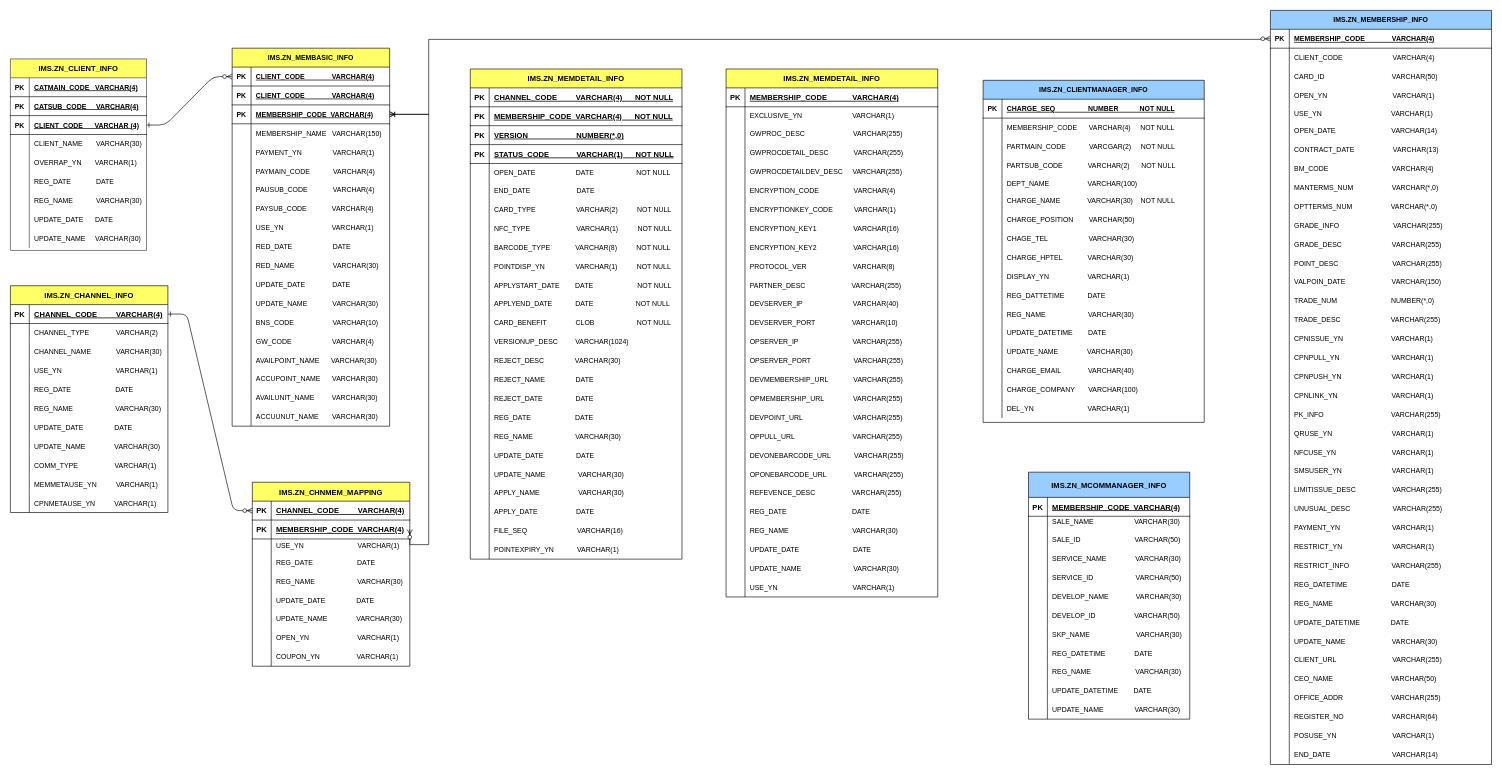
Before: page "ERD" (1 of 2) of Untitled Diagram.drawio in qksl22/Java, a draw.io diagram. Source tidied: cells renumbered, new cells numbered last; positions are measured from the earlier drawing's top-left corner, leaving out a move shared by most shapes. Both pictures are drawn from the tidied source at 63%, with x=0, y=0 at pixel (10, 10).
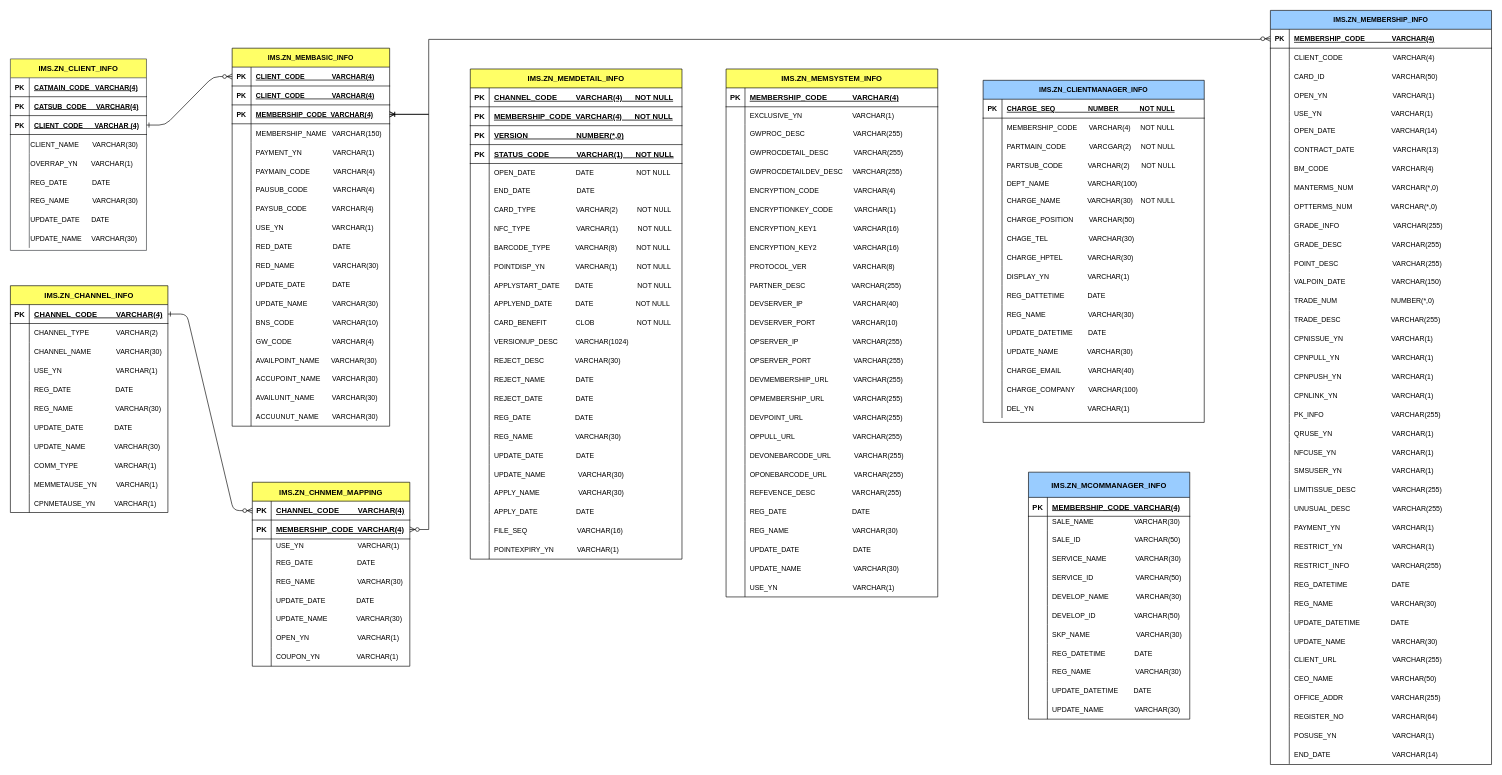
The same page after the edit.

Unchanged cells that the change refers to:
```xml
<mxCell id="4" style="shape=partialRectangle;fillColor=none;points=[[0,0.5],[1,0.5]];portConstraint=eastwest;top=0;left=0;right=0;bottom=1;fontSize=11;" parent="3" vertex="1">
  <mxGeometry y="30" width="250" height="30" as="geometry" />
</mxCell>
<mxCell id="10" style="shape=partialRectangle;fillColor=none;points=[[0,0.5],[1,0.5]];portConstraint=eastwest;top=0;left=0;right=0;bottom=1;fontSize=11;" parent="3" vertex="1">
  <mxGeometry y="90" width="250" height="30" as="geometry" />
</mxCell>
<mxCell id="61" value="IMS.ZN_CLIENT_INFO" style="shape=table;startSize=30;childLayout=tableLayout;rowLines=0;fontStyle=1;align=center;fillColor=#FFFF66;strokeColor=#36393d;" parent="1" vertex="1">
  <mxGeometry y="77" width="216" height="304" as="geometry" />
</mxCell>
<mxCell id="68" style="shape=partialRectangle;fillColor=none;points=[[0,0.5],[1,0.5]];portConstraint=eastwest;top=0;left=0;right=0;bottom=1;fontSize=11;" parent="61" vertex="1">
  <mxGeometry y="90" width="216" height="30" as="geometry" />
</mxCell>
<mxCell id="90" style="shape=partialRectangle;fillColor=none;points=[[0,0.5],[1,0.5]];portConstraint=eastwest;top=0;left=0;right=0;bottom=1;" parent="89" vertex="1">
  <mxGeometry y="30" width="250" height="30" as="geometry" />
</mxCell>
<mxCell id="93" style="shape=partialRectangle;fillColor=none;points=[[0,0.5],[1,0.5]];portConstraint=eastwest;top=0;left=0;right=0;bottom=1;" parent="89" vertex="1">
  <mxGeometry y="60" width="250" height="30" as="geometry" />
</mxCell>
<mxCell id="118" style="shape=partialRectangle;fillColor=none;points=[[0,0.5],[1,0.5]];portConstraint=eastwest;top=0;left=0;right=0;bottom=1;" parent="117" vertex="1">
  <mxGeometry y="30" width="250" height="30" as="geometry" />
</mxCell>
<mxCell id="136" style="shape=partialRectangle;fillColor=none;top=0;left=0;right=0;bottom=0;fontSize=11;" parent="117" vertex="1">
  <mxGeometry y="210" width="250" height="30" as="geometry" />
</mxCell>
<mxCell id="319" style="shape=partialRectangle;fillColor=none;points=[[0,0.5],[1,0.5]];portConstraint=eastwest;top=0;left=0;right=0;bottom=1;fontSize=11;" parent="318" vertex="1">
  <mxGeometry y="30" width="351" height="30" as="geometry" />
</mxCell>
```

Diff of the diagram source:
```diff
@@
-    <mxCell id="2" style="edgeStyle=entityRelationEdgeStyle;endArrow=ERzeroToMany;startArrow=ERone;endFill=1;startFill=0;fontSize=11;entryX=0;entryY=0.5;entryDx=0;entryDy=0;exitX=1;exitY=0.5;exitDx=0;exitDy=0;" parent="1" edge="1" source="68" target="4">
+    <mxCell id="2" style="edgeStyle=entityRelationEdgeStyle;endArrow=ERzeroToMany;startArrow=ERone;endFill=1;startFill=0;fontSize=11;entryX=0;entryY=0.5;entryDx=0;entryDy=0;exitX=1;exitY=0.5;exitDx=0;exitDy=0;strokeColor=#000000;" parent="1" edge="1" source="68" target="4">
       <mxGeometry relative="1" as="geometry" />
     </mxCell>
@@
-    <mxCell id="71" style="shape=partialRectangle;fillColor=none;top=0;left=0;right=0;bottom=0;fontSize=11;" parent="61" vertex="1">
+    <mxCell id="71" style="shape=partialRectangle;fillColor=none;top=0;left=0;right=0;bottom=0;fontSize=11;spacing=2;spacingLeft=0;spacingBottom=-1;" parent="61" vertex="1">
       <mxGeometry y="120" width="216" height="30" as="geometry" />
     </mxCell>
-    <mxCell id="72" style="shape=partialRectangle;overflow=hidden;fillColor=none;top=0;left=0;bottom=0;right=0;fontSize=11;" parent="71" vertex="1">
+    <mxCell id="72" style="shape=partialRectangle;overflow=hidden;fillColor=none;top=0;left=0;bottom=0;right=0;fontSize=11;spacing=2;spacingLeft=0;spacingBottom=-1;" parent="71" vertex="1">
       <mxGeometry width="30" height="30" as="geometry" />
     </mxCell>
-    <mxCell id="73" value="CLIENT_NAME       VARCHAR(30)" style="shape=partialRectangle;overflow=hidden;fillColor=none;top=0;left=0;bottom=0;right=0;align=left;spacingLeft=6;fontSize=11;" parent="71" vertex="1">
+    <mxCell id="73" value="CLIENT_NAME       VARCHAR(30)" style="shape=partialRectangle;overflow=hidden;fillColor=none;top=0;left=0;bottom=0;right=0;align=left;spacingLeft=0;fontSize=11;spacing=2;spacingBottom=-1;" parent="71" vertex="1">
       <mxGeometry x="30" width="186" height="30" as="geometry" />
     </mxCell>
-    <mxCell id="74" style="shape=partialRectangle;fillColor=none;top=0;left=0;right=0;bottom=0;fontSize=11;" parent="61" vertex="1">
+    <mxCell id="74" style="shape=partialRectangle;fillColor=none;top=0;left=0;right=0;bottom=0;fontSize=11;spacing=2;spacingLeft=0;spacingBottom=-1;" parent="61" vertex="1">
       <mxGeometry y="150" width="216" height="30" as="geometry" />
     </mxCell>
-    <mxCell id="75" style="shape=partialRectangle;overflow=hidden;fillColor=none;top=0;left=0;bottom=0;right=0;fontSize=11;" parent="74" vertex="1">
+    <mxCell id="75" style="shape=partialRectangle;overflow=hidden;fillColor=none;top=0;left=0;bottom=0;right=0;fontSize=11;spacing=2;spacingLeft=0;spacingBottom=-1;" parent="74" vertex="1">
       <mxGeometry width="30" height="30" as="geometry" />
     </mxCell>
-    <mxCell id="76" value="OVERRAP_YN       VARCHAR(1)" style="shape=partialRectangle;overflow=hidden;fillColor=none;top=0;left=0;bottom=0;right=0;align=left;spacingLeft=6;fontSize=11;" parent="74" vertex="1">
+    <mxCell id="76" value="OVERRAP_YN       VARCHAR(1)" style="shape=partialRectangle;overflow=hidden;fillColor=none;top=0;left=0;bottom=0;right=0;align=left;spacingLeft=0;fontSize=11;spacing=2;spacingBottom=-1;" parent="74" vertex="1">
       <mxGeometry x="30" width="186" height="30" as="geometry" />
     </mxCell>
-    <mxCell id="77" style="shape=partialRectangle;fillColor=none;top=0;left=0;right=0;bottom=0;fontSize=11;" parent="61" vertex="1">
+    <mxCell id="77" style="shape=partialRectangle;fillColor=none;top=0;left=0;right=0;bottom=0;fontSize=11;spacing=2;spacingLeft=0;spacingBottom=-1;" parent="61" vertex="1">
       <mxGeometry y="180" width="216" height="30" as="geometry" />
     </mxCell>
-    <mxCell id="78" style="shape=partialRectangle;overflow=hidden;fillColor=none;top=0;left=0;bottom=0;right=0;fontSize=11;" parent="77" vertex="1">
+    <mxCell id="78" style="shape=partialRectangle;overflow=hidden;fillColor=none;top=0;left=0;bottom=0;right=0;fontSize=11;spacing=2;spacingLeft=0;spacingBottom=-1;" parent="77" vertex="1">
       <mxGeometry width="30" height="30" as="geometry" />
     </mxCell>
-    <mxCell id="79" value="REG_DATE             DATE" style="shape=partialRectangle;overflow=hidden;fillColor=none;top=0;left=0;bottom=0;right=0;align=left;spacingLeft=6;fontSize=11;" parent="77" vertex="1">
+    <mxCell id="79" value="REG_DATE             DATE" style="shape=partialRectangle;overflow=hidden;fillColor=none;top=0;left=0;bottom=0;right=0;align=left;spacingLeft=0;fontSize=11;spacing=2;spacingBottom=-1;" parent="77" vertex="1">
       <mxGeometry x="30" width="186" height="30" as="geometry" />
     </mxCell>
-    <mxCell id="80" style="shape=partialRectangle;fillColor=none;top=0;left=0;right=0;bottom=0;fontSize=11;" parent="61" vertex="1">
+    <mxCell id="80" style="shape=partialRectangle;fillColor=none;top=0;left=0;right=0;bottom=0;fontSize=11;spacing=2;spacingLeft=0;spacingBottom=-1;" parent="61" vertex="1">
       <mxGeometry y="210" width="216" height="30" as="geometry" />
     </mxCell>
-    <mxCell id="81" style="shape=partialRectangle;overflow=hidden;fillColor=none;top=0;left=0;bottom=0;right=0;fontSize=11;" parent="80" vertex="1">
+    <mxCell id="81" style="shape=partialRectangle;overflow=hidden;fillColor=none;top=0;left=0;bottom=0;right=0;fontSize=11;spacing=2;spacingLeft=0;spacingBottom=-1;" parent="80" vertex="1">
       <mxGeometry width="30" height="30" as="geometry" />
     </mxCell>
-    <mxCell id="82" value="REG_NAME            VARCHAR(30)" style="shape=partialRectangle;overflow=hidden;fillColor=none;top=0;left=0;bottom=0;right=0;align=left;spacingLeft=6;fontSize=11;" parent="80" vertex="1">
+    <mxCell id="82" value="REG_NAME            VARCHAR(30)" style="shape=partialRectangle;overflow=hidden;fillColor=none;top=0;left=0;bottom=0;right=0;align=left;spacingLeft=0;fontSize=11;spacing=2;spacingBottom=-1;" parent="80" vertex="1">
       <mxGeometry x="30" width="186" height="30" as="geometry" />
     </mxCell>
-    <mxCell id="83" style="shape=partialRectangle;fillColor=none;top=0;left=0;right=0;bottom=0;fontSize=11;" parent="61" vertex="1">
+    <mxCell id="83" style="shape=partialRectangle;fillColor=none;top=0;left=0;right=0;bottom=0;fontSize=11;spacing=2;spacingLeft=0;spacingBottom=-1;" parent="61" vertex="1">
       <mxGeometry y="240" width="216" height="30" as="geometry" />
     </mxCell>
-    <mxCell id="84" style="shape=partialRectangle;overflow=hidden;fillColor=none;top=0;left=0;bottom=0;right=0;fontSize=11;" parent="83" vertex="1">
+    <mxCell id="84" style="shape=partialRectangle;overflow=hidden;fillColor=none;top=0;left=0;bottom=0;right=0;fontSize=11;spacing=2;spacingLeft=0;spacingBottom=-1;" parent="83" vertex="1">
       <mxGeometry width="30" height="30" as="geometry" />
     </mxCell>
-    <mxCell id="85" value="UPDATE_DATE      DATE" style="shape=partialRectangle;overflow=hidden;fillColor=none;top=0;left=0;bottom=0;right=0;align=left;spacingLeft=6;fontSize=11;" parent="83" vertex="1">
+    <mxCell id="85" value="UPDATE_DATE      DATE" style="shape=partialRectangle;overflow=hidden;fillColor=none;top=0;left=0;bottom=0;right=0;align=left;spacingLeft=0;fontSize=11;spacing=2;spacingBottom=-1;" parent="83" vertex="1">
       <mxGeometry x="30" width="186" height="30" as="geometry" />
     </mxCell>
-    <mxCell id="86" style="shape=partialRectangle;fillColor=none;top=0;left=0;right=0;bottom=0;fontSize=11;" parent="61" vertex="1">
+    <mxCell id="86" style="shape=partialRectangle;fillColor=none;top=0;left=0;right=0;bottom=0;fontSize=11;spacing=2;spacingLeft=0;spacingBottom=-1;" parent="61" vertex="1">
       <mxGeometry y="270" width="216" height="30" as="geometry" />
     </mxCell>
-    <mxCell id="87" style="shape=partialRectangle;overflow=hidden;fillColor=none;top=0;left=0;bottom=0;right=0;fontSize=11;" parent="86" vertex="1">
+    <mxCell id="87" style="shape=partialRectangle;overflow=hidden;fillColor=none;top=0;left=0;bottom=0;right=0;fontSize=11;spacing=2;spacingLeft=0;spacingBottom=-1;" parent="86" vertex="1">
       <mxGeometry width="30" height="30" as="geometry" />
     </mxCell>
-    <mxCell id="88" value="UPDATE_NAME     VARCHAR(30)" style="shape=partialRectangle;overflow=hidden;fillColor=none;top=0;left=0;bottom=0;right=0;align=left;spacingLeft=6;fontSize=11;" parent="86" vertex="1">
+    <mxCell id="88" value="UPDATE_NAME     VARCHAR(30)" style="shape=partialRectangle;overflow=hidden;fillColor=none;top=0;left=0;bottom=0;right=0;align=left;spacingLeft=0;fontSize=11;spacing=2;spacingBottom=-1;" parent="86" vertex="1">
       <mxGeometry x="30" width="186" height="30" as="geometry" />
     </mxCell>
@@
-    <mxCell id="138" value="UPDATE_DATE                DATE" style="shape=partialRectangle;overflow=hidden;fillColor=none;top=0;left=0;bottom=0;right=0;align=left;spacingLeft=6;fontSize=11;" parent="136" vertex="1">
+    <mxCell id="138" value="UPDATE_DATE                DATE" style="shape=partialRectangle;overflow=hidden;fillColor=none;top=0;left=0;bottom=0;right=0;align=left;spacingLeft=6;fontSize=11;strokeColor=#FFFF33;" parent="136" vertex="1">
       <mxGeometry x="30" width="220" height="30" as="geometry" />
     </mxCell>
@@
-    <mxCell id="203" style="edgeStyle=entityRelationEdgeStyle;endArrow=ERzeroToMany;startArrow=ERone;endFill=1;startFill=0;fontSize=11;exitX=1;exitY=0.5;exitDx=0;exitDy=0;entryX=0;entryY=0.5;entryDx=0;entryDy=0;" parent="1" edge="1" source="118" target="90">
+    <mxCell id="203" style="edgeStyle=entityRelationEdgeStyle;endArrow=ERzeroToMany;startArrow=ERone;endFill=1;startFill=0;fontSize=11;exitX=1;exitY=0.5;exitDx=0;exitDy=0;entryX=0;entryY=0.5;entryDx=0;entryDy=0;strokeColor=#000000;" parent="1" edge="1" source="118" target="90">
       <mxGeometry relative="1" as="geometry" />
     </mxCell>
-    <mxCell id="204" style="edgeStyle=orthogonalEdgeStyle;fontSize=12;html=1;endArrow=ERoneToMany;startArrow=ERzeroToMany;rounded=0;exitX=1;exitY=0.5;exitDx=0;exitDy=0;entryX=1;entryY=0.5;entryDx=0;entryDy=0;fontStyle=1;" parent="1" edge="1" source="93" target="10">
+    <mxCell id="204" style="edgeStyle=orthogonalEdgeStyle;fontSize=12;html=1;endArrow=ERoneToMany;startArrow=ERzeroToMany;rounded=0;exitX=1;exitY=0.5;exitDx=0;exitDy=0;entryX=1;entryY=0.5;entryDx=0;entryDy=0;fontStyle=1;strokeColor=#000000;" parent="1" edge="1" source="93" target="10">
       <mxGeometry relative="1" as="geometry">
         <Array as="points">
-          <mxPoint x="664" y="848" />
+          <mxPoint x="664" y="824" />
           <mxPoint x="664" y="165" />
         </Array>
       </mxGeometry>
     </mxCell>
@@
-    <mxCell id="436" style="edgeStyle=orthogonalEdgeStyle;fontSize=12;html=1;endArrow=ERoneToMany;startArrow=ERzeroToMany;rounded=0;exitX=0;exitY=0.5;exitDx=0;exitDy=0;entryX=1;entryY=0.5;entryDx=0;entryDy=0;fontStyle=1;" parent="1" edge="1" source="319" target="10">
+    <mxCell id="436" style="edgeStyle=orthogonalEdgeStyle;fontSize=12;html=1;endArrow=ERoneToMany;startArrow=ERzeroToMany;rounded=0;exitX=0;exitY=0.5;exitDx=0;exitDy=0;entryX=1;entryY=0.5;entryDx=0;entryDy=0;fontStyle=1;strokeColor=#000000;" parent="1" edge="1" source="319" target="10">
       <mxGeometry relative="1" as="geometry">
         <Array as="points">
           <mxPoint x="1984" y="46" />
           <mxPoint x="664" y="45" />
           <mxPoint x="664" y="165" />
         </Array>
       </mxGeometry>
     </mxCell>
-    <mxCell id="437" value="IMS.ZN_MEMDETAIL_INFO" style="shape=table;startSize=30;childLayout=tableLayout;rowLines=0;fontStyle=1;align=center;fillColor=#FFFF66;" parent="1" vertex="1">
+    <mxCell id="437" value="IMS.ZN_MEMSYSTEM_INFO" style="shape=table;startSize=30;childLayout=tableLayout;rowLines=0;fontStyle=1;align=center;fillColor=#FFFF66;" parent="1" vertex="1">
       <mxGeometry x="1136" y="93" width="336" height="838" as="geometry" />
     </mxCell>
```
